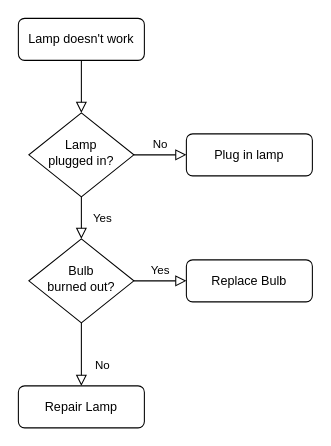
shaiksajid8008/M1_Embedded-type_Implementation-of-smart-home-gateway-for-movement-monitoring keeps this draw.io diagram as 2_design/Untitled Diagram.drawio. Above is the earlier version. Source tidied: cells renumbered, new cells numbered last; positions are measured from the earlier drawing's top-left corner, leaving out a move shared by most shapes. Both pictures are drawn from the tidied source at 105%, with x=0, y=0 at pixel (18, 18).
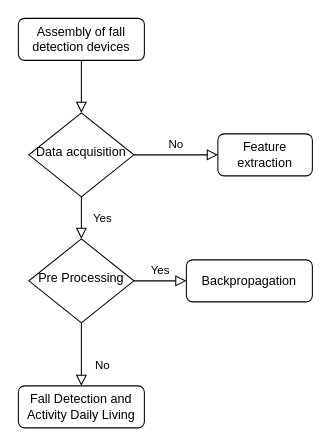
The same page after the edit.

What changed in the source:
```diff
@@
 <mxGraphModel>
   <root>
     <mxCell id="0" />
     <mxCell id="1" parent="0" />
     <mxCell id="2" style="rounded=0;html=1;jettySize=auto;fontSize=11;endArrow=block;endFill=0;endSize=8;strokeWidth=1;shadow=0;labelBackgroundColor=none;edgeStyle=orthogonalEdgeStyle;" parent="1" edge="1" source="3" target="6">
       <mxGeometry relative="1" as="geometry" />
     </mxCell>
-    <mxCell id="3" value="Lamp doesn't work" style="rounded=1;whiteSpace=wrap;html=1;fontSize=12;glass=0;strokeWidth=1;shadow=0;" parent="1" vertex="1">
+    <mxCell id="3" value="Assembly of fall&lt;br/&gt;detection devices" style="rounded=1;whiteSpace=wrap;html=1;fontSize=12;glass=0;strokeWidth=1;shadow=0;" parent="1" vertex="1">
       <mxGeometry width="120" height="40" as="geometry" />
     </mxCell>
     <mxCell id="4" value="Yes" style="rounded=0;html=1;jettySize=auto;fontSize=11;endArrow=block;endFill=0;endSize=8;strokeWidth=1;shadow=0;labelBackgroundColor=none;edgeStyle=orthogonalEdgeStyle;" parent="1" edge="1" source="6" target="10">
       <mxGeometry y="20" relative="1" as="geometry" />
     </mxCell>
     <mxCell id="5" value="No" style="edgeStyle=orthogonalEdgeStyle;rounded=0;html=1;jettySize=auto;fontSize=11;endArrow=block;endFill=0;endSize=8;strokeWidth=1;shadow=0;labelBackgroundColor=none;" parent="1" edge="1" source="6" target="7">
       <mxGeometry y="10" relative="1" as="geometry" />
     </mxCell>
-    <mxCell id="6" value="Lamp&lt;br&gt;plugged in?" style="rhombus;whiteSpace=wrap;html=1;shadow=0;fontFamily=Helvetica;fontSize=12;align=center;strokeWidth=1;spacing=6;spacingTop=-4;" parent="1" vertex="1">
+    <mxCell id="6" value="Data acquisition" style="rhombus;whiteSpace=wrap;html=1;shadow=0;fontFamily=Helvetica;fontSize=12;align=center;strokeWidth=1;spacing=6;spacingTop=-4;" parent="1" vertex="1">
       <mxGeometry x="10" y="90" width="100" height="80" as="geometry" />
     </mxCell>
-    <mxCell id="7" value="Plug in lamp" style="rounded=1;whiteSpace=wrap;html=1;fontSize=12;glass=0;strokeWidth=1;shadow=0;" parent="1" vertex="1">
-      <mxGeometry x="160" y="110" width="120" height="40" as="geometry" />
+    <mxCell id="7" value="Feature extraction" style="rounded=1;whiteSpace=wrap;html=1;fontSize=12;glass=0;strokeWidth=1;shadow=0;" parent="1" vertex="1">
+      <mxGeometry x="190" y="110" width="90" height="40" as="geometry" />
     </mxCell>
     <mxCell id="8" value="No" style="rounded=0;html=1;jettySize=auto;fontSize=11;endArrow=block;endFill=0;endSize=8;strokeWidth=1;shadow=0;labelBackgroundColor=none;edgeStyle=orthogonalEdgeStyle;" parent="1" edge="1" source="10" target="11">
       <mxGeometry x="0.33" y="20" relative="1" as="geometry" />
     </mxCell>
     <mxCell id="9" value="Yes" style="edgeStyle=orthogonalEdgeStyle;rounded=0;html=1;jettySize=auto;fontSize=11;endArrow=block;endFill=0;endSize=8;strokeWidth=1;shadow=0;labelBackgroundColor=none;" parent="1" edge="1" source="10" target="12">
       <mxGeometry y="10" relative="1" as="geometry" />
     </mxCell>
-    <mxCell id="10" value="Bulb&lt;br&gt;burned out?" style="rhombus;whiteSpace=wrap;html=1;shadow=0;fontFamily=Helvetica;fontSize=12;align=center;strokeWidth=1;spacing=6;spacingTop=-4;" parent="1" vertex="1">
+    <mxCell id="10" value="Pre Processing" style="rhombus;whiteSpace=wrap;html=1;shadow=0;fontFamily=Helvetica;fontSize=12;align=center;strokeWidth=1;spacing=6;spacingTop=-4;" parent="1" vertex="1">
       <mxGeometry x="10" y="210" width="100" height="80" as="geometry" />
     </mxCell>
-    <mxCell id="11" value="Repair Lamp" style="rounded=1;whiteSpace=wrap;html=1;fontSize=12;glass=0;strokeWidth=1;shadow=0;" parent="1" vertex="1">
+    <mxCell id="11" value="Fall Detection and&lt;br/&gt;Activity Daily Living" style="rounded=1;whiteSpace=wrap;html=1;fontSize=12;glass=0;strokeWidth=1;shadow=0;" parent="1" vertex="1">
       <mxGeometry y="350" width="120" height="40" as="geometry" />
     </mxCell>
-    <mxCell id="12" value="Replace Bulb" style="rounded=1;whiteSpace=wrap;html=1;fontSize=12;glass=0;strokeWidth=1;shadow=0;" parent="1" vertex="1">
+    <mxCell id="12" value="Backpropagation" style="rounded=1;whiteSpace=wrap;html=1;fontSize=12;glass=0;strokeWidth=1;shadow=0;" parent="1" vertex="1">
       <mxGeometry x="160" y="230" width="120" height="40" as="geometry" />
     </mxCell>
   </root>
 </mxGraphModel>
```
